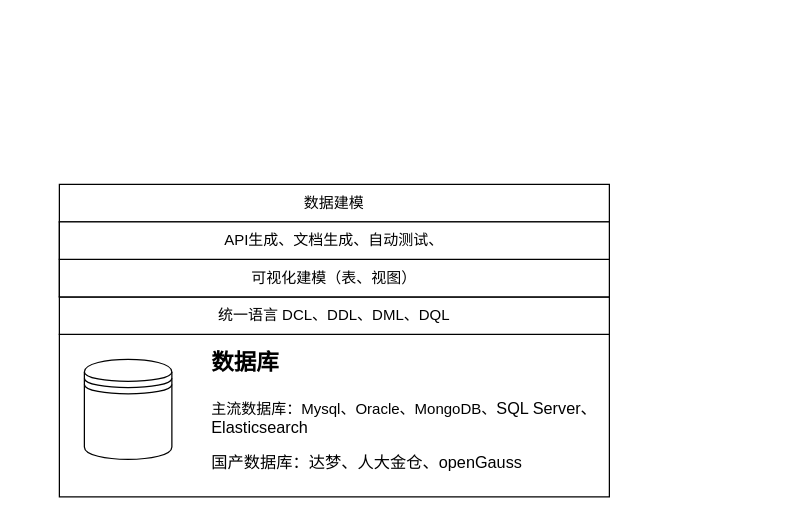
Above: 低——研究内容——开发工具.drawio in tangyaosimida/love (draw.io), before the change. Source tidied: cells renumbered, new cells numbered last; positions are measured from the earlier drawing's top-left corner, leaving out a move shared by most shapes. Both pictures are drawn from the tidied source at 125%, with x=0, y=0 at pixel (59, 184).
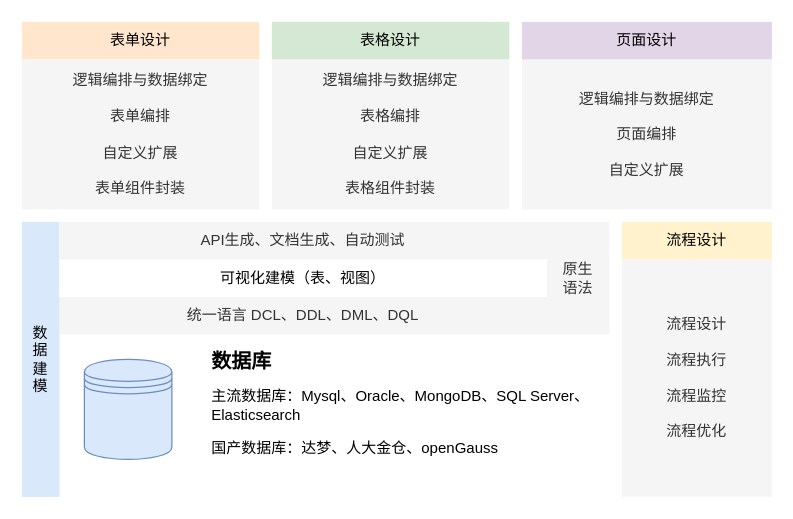
After the change.

Commit message:
更新低——研究内容——开发工具.drawio

What changed in the source:
```diff
@@
 <mxGraphModel>
   <root>
     <mxCell id="0" />
     <mxCell id="1" parent="0" />
+    <mxCell id="6" style="rounded=0;whiteSpace=wrap;html=1;strokeColor=none;" parent="1" vertex="1">
+      <mxGeometry y="30" width="440" height="90" as="geometry" />
+    </mxCell>
-    <mxCell id="2" style="rounded=0;whiteSpace=wrap;html=1;fillColor=none;" parent="1" vertex="1">
+    <mxCell id="2" style="rounded=0;whiteSpace=wrap;html=1;strokeColor=none;" parent="1" vertex="1">
       <mxGeometry y="120" width="440" height="130" as="geometry" />
     </mxCell>
-    <mxCell id="3" style="shape=datastore;whiteSpace=wrap;html=1;" parent="1" vertex="1">
+    <mxCell id="3" style="shape=datastore;whiteSpace=wrap;html=1;fillColor=#dae8fc;strokeColor=#6c8ebf;" parent="1" vertex="1">
       <mxGeometry x="20" y="140" width="70" height="80" as="geometry" />
     </mxCell>
-    <mxCell id="4" value="&lt;h1 style=&quot;margin-top: 0px;&quot;&gt;&lt;font style=&quot;font-size: 18px;&quot;&gt;数据库&lt;/font&gt;&lt;/h1&gt;&lt;p&gt;主流数据库：Mysql、Oracle、MongoDB、&lt;span style=&quot;background-color: rgb(255, 255, 255); font-family: Arial, sans-serif; font-size: 13px;&quot;&gt;SQL Server、Elasticsearch&lt;/span&gt;&lt;/p&gt;&lt;p&gt;&lt;span style=&quot;background-color: rgb(255, 255, 255); font-family: Arial, sans-serif; font-size: 13px;&quot;&gt;国产数据库：达梦、人大金仓、&lt;/span&gt;&lt;span style=&quot;background-color: rgb(255, 255, 255); font-family: Arial, sans-serif; font-size: 13px;&quot;&gt;openGauss&lt;/span&gt;&lt;/p&gt;&lt;p&gt;&lt;span style=&quot;background-color: rgb(255, 255, 255); font-family: Arial, sans-serif; font-size: 13px;&quot;&gt;&lt;br&gt;&lt;/span&gt;&lt;/p&gt;" style="text;html=1;whiteSpace=wrap;overflow=hidden;rounded=0;" parent="1" vertex="1">
-      <mxGeometry x="120" y="120" width="320" height="120" as="geometry" />
+    <mxCell id="4" value="&lt;h1 style=&quot;margin-top: 0px; font-size: 16px;&quot;&gt;&lt;font style=&quot;font-size: 16px;&quot;&gt;数据库&lt;/font&gt;&lt;/h1&gt;&lt;p style=&quot;&quot;&gt;主流数据库：Mysql、Oracle、MongoDB、&lt;span style=&quot;font-family: Arial, sans-serif;&quot;&gt;SQL Server、Elasticsearch&lt;/span&gt;&lt;/p&gt;&lt;p&gt;&lt;font style=&quot;font-size: 12px;&quot;&gt;&lt;span style=&quot;font-family: Arial, sans-serif;&quot;&gt;国产数据库：达梦、人大金仓、&lt;/span&gt;&lt;span style=&quot;font-family: Arial, sans-serif;&quot;&gt;openGauss&lt;/span&gt;&lt;/font&gt;&lt;/p&gt;&lt;p&gt;&lt;span style=&quot;background-color: rgb(255, 255, 255); font-family: Arial, sans-serif;&quot;&gt;&lt;br&gt;&lt;/span&gt;&lt;/p&gt;" style="text;html=1;whiteSpace=wrap;overflow=hidden;rounded=0;" parent="1" vertex="1">
+      <mxGeometry x="120" y="125" width="320" height="120" as="geometry" />
     </mxCell>
-    <mxCell id="5" value="统一语言 DCL、DDL、DML、DQL" style="rounded=0;whiteSpace=wrap;html=1;" parent="1" vertex="1">
-      <mxGeometry y="90" width="440" height="30" as="geometry" />
+    <mxCell id="5" value="统一语言 DCL、DDL、DML、DQL" style="rounded=0;whiteSpace=wrap;html=1;strokeColor=none;fillColor=#f5f5f5;fontColor=#333333;" parent="1" vertex="1">
+      <mxGeometry y="90" width="390" height="30" as="geometry" />
     </mxCell>
-    <mxCell id="6" style="rounded=0;whiteSpace=wrap;html=1;" parent="1" vertex="1">
-      <mxGeometry y="30" width="440" height="60" as="geometry" />
-    </mxCell>
-    <mxCell id="7" value="数据建模" style="rounded=0;whiteSpace=wrap;html=1;" parent="1" vertex="1">
-      <mxGeometry width="440" height="30" as="geometry" />
+    <mxCell id="7" value="数&lt;div&gt;据&lt;/div&gt;&lt;div&gt;建&lt;/div&gt;&lt;div&gt;模&lt;/div&gt;" style="rounded=0;whiteSpace=wrap;html=1;fillColor=#dae8fc;strokeColor=none;" parent="1" vertex="1">
+      <mxGeometry x="-30" y="30" width="30" height="220" as="geometry" />
     </mxCell>
-    <mxCell id="8" value="可视化建模（表、视图）" style="rounded=0;whiteSpace=wrap;html=1;" parent="1" vertex="1">
-      <mxGeometry y="60" width="440" height="30" as="geometry" />
+    <mxCell id="8" value="可视化建模（表、视图）" style="rounded=0;whiteSpace=wrap;html=1;strokeColor=none;" parent="1" vertex="1">
+      <mxGeometry y="60" width="390" height="30" as="geometry" />
     </mxCell>
-    <mxCell id="9" value="API生成、文档生成、自动测试、" style="rounded=0;whiteSpace=wrap;html=1;" parent="1" vertex="1">
-      <mxGeometry y="30" width="440" height="30" as="geometry" />
+    <mxCell id="9" value="API生成、文档生成、自动测试" style="rounded=0;whiteSpace=wrap;html=1;strokeColor=none;fillColor=#f5f5f5;fontColor=#333333;" parent="1" vertex="1">
+      <mxGeometry y="30" width="390" height="30" as="geometry" />
     </mxCell>
+    <mxCell id="10" value="流程设计&lt;div&gt;&lt;br&gt;&lt;/div&gt;&lt;div&gt;流程执行&lt;/div&gt;&lt;div&gt;&lt;br&gt;&lt;/div&gt;&lt;div&gt;流程监控&lt;/div&gt;&lt;div&gt;&lt;br&gt;&lt;/div&gt;&lt;div&gt;流程优化&lt;/div&gt;" style="rounded=0;whiteSpace=wrap;html=1;strokeColor=none;fillColor=#f5f5f5;fontColor=#333333;" parent="1" vertex="1">
+      <mxGeometry x="450" y="60" width="120" height="190" as="geometry" />
+    </mxCell>
+    <mxCell id="11" value="流程设计" style="rounded=0;whiteSpace=wrap;html=1;fillColor=#fff2cc;strokeColor=none;" parent="1" vertex="1">
+      <mxGeometry x="450" y="30" width="120" height="30" as="geometry" />
+    </mxCell>
+    <mxCell id="12" value="原生&lt;div&gt;语法&lt;/div&gt;" style="rounded=0;whiteSpace=wrap;html=1;strokeColor=none;fillColor=#f5f5f5;fontColor=#333333;" parent="1" vertex="1">
+      <mxGeometry x="390" y="30" width="50" height="90" as="geometry" />
+    </mxCell>
+    <mxCell id="13" value="&lt;div&gt;逻辑编排与数据绑定&lt;/div&gt;&lt;div&gt;&lt;br&gt;&lt;/div&gt;&lt;div&gt;表单编排&lt;/div&gt;&lt;div&gt;&lt;br&gt;&lt;/div&gt;&lt;div&gt;自定义扩展&lt;/div&gt;&lt;div&gt;&lt;br&gt;&lt;/div&gt;表单组件封装" style="rounded=0;whiteSpace=wrap;html=1;fillColor=#f5f5f5;fontColor=#333333;strokeColor=none;" parent="1" vertex="1">
+      <mxGeometry x="-30" y="-100" width="190" height="120" as="geometry" />
+    </mxCell>
+    <mxCell id="14" value="&lt;div&gt;逻辑编排与数据绑定&lt;/div&gt;&lt;div&gt;&lt;br&gt;&lt;/div&gt;&lt;div&gt;表格编排&lt;/div&gt;&lt;div&gt;&lt;br&gt;&lt;/div&gt;&lt;div&gt;自定义扩展&lt;/div&gt;&lt;div&gt;&lt;br&gt;&lt;/div&gt;表格组件封装" style="rounded=0;whiteSpace=wrap;html=1;fillColor=#f5f5f5;fontColor=#333333;strokeColor=none;" parent="1" vertex="1">
+      <mxGeometry x="170" y="-100" width="190" height="120" as="geometry" />
+    </mxCell>
+    <mxCell id="15" value="&lt;div&gt;逻辑编排与数据绑定&lt;/div&gt;&lt;div&gt;&lt;br&gt;&lt;/div&gt;&lt;div&gt;页面编排&lt;/div&gt;&lt;div&gt;&lt;br&gt;&lt;/div&gt;&lt;div&gt;自定义扩展&lt;/div&gt;" style="rounded=0;whiteSpace=wrap;html=1;fillColor=#f5f5f5;fontColor=#333333;strokeColor=none;" parent="1" vertex="1">
+      <mxGeometry x="370" y="-100" width="200" height="120" as="geometry" />
+    </mxCell>
+    <mxCell id="16" value="表单设计" style="rounded=0;whiteSpace=wrap;html=1;fillColor=#ffe6cc;strokeColor=none;" parent="1" vertex="1">
+      <mxGeometry x="-30" y="-130" width="190" height="30" as="geometry" />
+    </mxCell>
+    <mxCell id="17" value="表格设计" style="rounded=0;whiteSpace=wrap;html=1;fillColor=#d5e8d4;strokeColor=none;" parent="1" vertex="1">
+      <mxGeometry x="170" y="-130" width="190" height="30" as="geometry" />
+    </mxCell>
+    <mxCell id="18" value="页面设计" style="rounded=0;whiteSpace=wrap;html=1;fillColor=#e1d5e7;strokeColor=none;" parent="1" vertex="1">
+      <mxGeometry x="370" y="-130" width="200" height="30" as="geometry" />
+    </mxCell>
   </root>
 </mxGraphModel>
```
